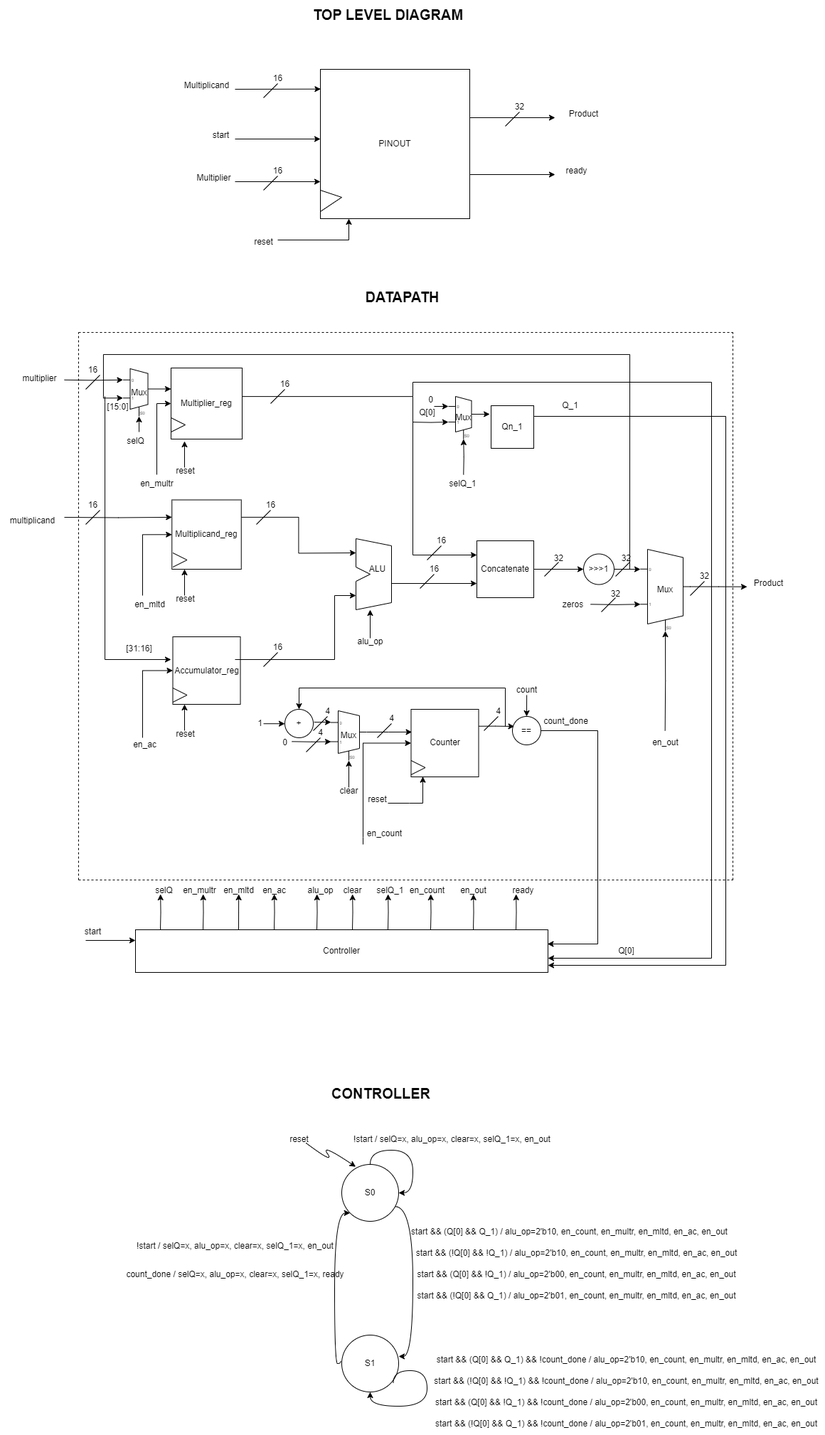
This is Ibrahim/src/Sequential_Multiplier/docs/sequential_multiplier.drawio.png from medsuet/Xcelerium-IC-Design-Training, a draw.io export, as it was before one commit. Source tidied: cells renumbered, new cells last; positions are measured from the earlier drawing's top-left corner, leaving out a move shared by most shapes.
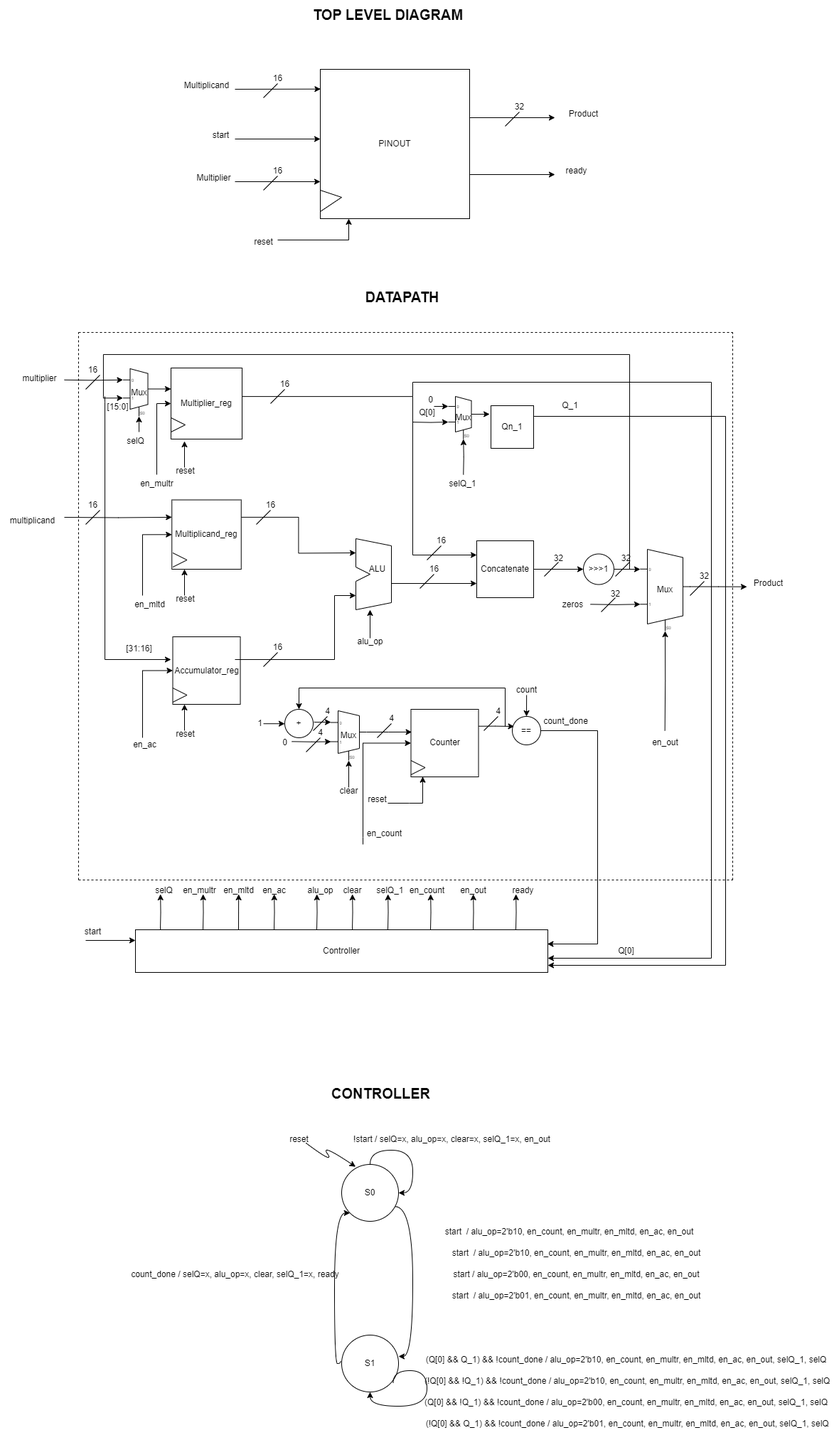
Above is the later version.

Commit message:
Updated Diagram for multiplier

Diff of the diagram source:
```diff
@@ -843,17 +843,17 @@
         <mxPoint x="225.2" y="1257" as="targetPoint" />
       </mxGeometry>
     </mxCell>
-    <mxCell id="182" value="start &amp;amp;&amp;amp; (Q[0] &amp;amp;&amp;amp; Q_1) / alu_op=2'b10, en_count, en_multr, en_mltd, en_ac, en_out" style="text;html=1;align=center;verticalAlign=middle;strokeColor=none;fillColor=none;" parent="1" vertex="1">
-      <mxGeometry x="565" y="1717" width="470" height="30" as="geometry" />
+    <mxCell id="182" value="start&amp;nbsp; / alu_op=2'b10, en_count, en_multr, en_mltd, en_ac, en_out" style="text;html=1;align=center;verticalAlign=middle;strokeColor=none;fillColor=none;" parent="1" vertex="1">
+      <mxGeometry x="615" y="1717" width="370" height="30" as="geometry" />
     </mxCell>
-    <mxCell id="183" value="start &amp;amp;&amp;amp; (!Q[0] &amp;amp;&amp;amp; !Q_1) / alu_op=2'b10, en_count, en_multr, en_mltd, en_ac, en_out" style="text;html=1;align=center;verticalAlign=middle;strokeColor=none;fillColor=none;" parent="1" vertex="1">
-      <mxGeometry x="570" y="1747" width="480" height="30" as="geometry" />
+    <mxCell id="183" value="start&amp;nbsp; / alu_op=2'b10, en_count, en_multr, en_mltd, en_ac, en_out" style="text;html=1;align=center;verticalAlign=middle;strokeColor=none;fillColor=none;" parent="1" vertex="1">
+      <mxGeometry x="625" y="1747" width="370" height="30" as="geometry" />
     </mxCell>
-    <mxCell id="184" value="start &amp;amp;&amp;amp; (Q[0] &amp;amp;&amp;amp; !Q_1) / alu_op=2'b00, en_count, en_multr, en_mltd, en_ac, en_out" style="text;html=1;align=center;verticalAlign=middle;strokeColor=none;fillColor=none;" parent="1" vertex="1">
-      <mxGeometry x="575" y="1777" width="470" height="30" as="geometry" />
+    <mxCell id="184" value="start / alu_op=2'b00, en_count, en_multr, en_mltd, en_ac, en_out" style="text;html=1;align=center;verticalAlign=middle;strokeColor=none;fillColor=none;" parent="1" vertex="1">
+      <mxGeometry x="625" y="1777" width="370" height="30" as="geometry" />
     </mxCell>
-    <mxCell id="185" value="start &amp;amp;&amp;amp; (!Q[0] &amp;amp;&amp;amp; Q_1) / alu_op=2'b01, en_count, en_multr, en_mltd, en_ac, en_out" style="text;html=1;align=center;verticalAlign=middle;strokeColor=none;fillColor=none;" parent="1" vertex="1">
-      <mxGeometry x="575" y="1807" width="470" height="30" as="geometry" />
+    <mxCell id="185" value="start&amp;nbsp; / alu_op=2'b01, en_count, en_multr, en_mltd, en_ac, en_out" style="text;html=1;align=center;verticalAlign=middle;strokeColor=none;fillColor=none;" parent="1" vertex="1">
+      <mxGeometry x="625" y="1807" width="370" height="30" as="geometry" />
     </mxCell>
     <mxCell id="186" style="edgeStyle=orthogonalEdgeStyle;rounded=0;orthogonalLoop=1;jettySize=auto;html=1;exitX=0.906;exitY=0.839;exitDx=0;exitDy=0;curved=1;exitPerimeter=0;" parent="1" edge="1" source="44" target="44">
       <mxGeometry relative="1" as="geometry">
@@ -865,23 +865,20 @@
         </Array>
       </mxGeometry>
     </mxCell>
-    <mxCell id="187" value="start &amp;amp;&amp;amp; (Q[0] &amp;amp;&amp;amp; Q_1) &amp;amp;&amp;amp; !count_done / alu_op=2'b10, en_count, en_multr, en_mltd, en_ac, en_out" style="text;html=1;align=center;verticalAlign=middle;strokeColor=none;fillColor=none;" parent="1" vertex="1">
-      <mxGeometry x="600" y="1897" width="560" height="30" as="geometry" />
+    <mxCell id="187" value="(Q[0] &amp;amp;&amp;amp; Q_1) &amp;amp;&amp;amp; !count_done / alu_op=2'b10, en_count, en_multr, en_mltd, en_ac, en_out, selQ_1, selQ" style="text;html=1;align=center;verticalAlign=middle;strokeColor=none;fillColor=none;" parent="1" vertex="1">
+      <mxGeometry x="585" y="1897" width="590" height="30" as="geometry" />
     </mxCell>
-    <mxCell id="188" value="start &amp;amp;&amp;amp; (!Q[0] &amp;amp;&amp;amp; !Q_1) &amp;amp;&amp;amp; !count_done / alu_op=2'b10, en_count, en_multr, en_mltd, en_ac, en_out" style="text;html=1;align=center;verticalAlign=middle;strokeColor=none;fillColor=none;" parent="1" vertex="1">
-      <mxGeometry x="600" y="1927" width="560" height="30" as="geometry" />
+    <mxCell id="188" value="&amp;nbsp;(!Q[0] &amp;amp;&amp;amp; !Q_1) &amp;amp;&amp;amp; !count_done / alu_op=2'b10, en_count, en_multr, en_mltd, en_ac, en_out, selQ_1, selQ" style="text;html=1;align=center;verticalAlign=middle;strokeColor=none;fillColor=none;" parent="1" vertex="1">
+      <mxGeometry x="580" y="1927" width="600" height="30" as="geometry" />
     </mxCell>
-    <mxCell id="189" value="start &amp;amp;&amp;amp; (Q[0] &amp;amp;&amp;amp; !Q_1) &amp;amp;&amp;amp; !count_done / alu_op=2'b00, en_count, en_multr, en_mltd, en_ac, en_out" style="text;html=1;align=center;verticalAlign=middle;strokeColor=none;fillColor=none;" parent="1" vertex="1">
-      <mxGeometry x="600" y="1957" width="560" height="30" as="geometry" />
+    <mxCell id="189" value="(Q[0] &amp;amp;&amp;amp; !Q_1) &amp;amp;&amp;amp; !count_done / alu_op=2'b00, en_count, en_multr, en_mltd, en_ac, en_out, selQ_1, selQ" style="text;html=1;align=center;verticalAlign=middle;strokeColor=none;fillColor=none;" parent="1" vertex="1">
+      <mxGeometry x="585" y="1957" width="590" height="30" as="geometry" />
     </mxCell>
-    <mxCell id="190" value="start &amp;amp;&amp;amp; (!Q[0] &amp;amp;&amp;amp; Q_1) &amp;amp;&amp;amp; !count_done / alu_op=2'b01, en_count, en_multr, en_mltd, en_ac, en_out" style="text;html=1;align=center;verticalAlign=middle;strokeColor=none;fillColor=none;" parent="1" vertex="1">
-      <mxGeometry x="600" y="1987" width="560" height="30" as="geometry" />
+    <mxCell id="190" value="&amp;nbsp;(!Q[0] &amp;amp;&amp;amp; Q_1) &amp;amp;&amp;amp; !count_done / alu_op=2'b01, en_count, en_multr, en_mltd, en_ac, en_out, selQ_1, selQ" style="text;html=1;align=center;verticalAlign=middle;strokeColor=none;fillColor=none;" parent="1" vertex="1">
+      <mxGeometry x="585" y="1987" width="590" height="30" as="geometry" />
     </mxCell>
-    <mxCell id="191" value="!start / selQ=x, alu_op=x, clear=x, selQ_1=x, en_out" style="text;html=1;align=center;verticalAlign=middle;strokeColor=none;fillColor=none;" parent="1" vertex="1">
-      <mxGeometry x="180" y="1737" width="300" height="30" as="geometry" />
-    </mxCell>
-    <mxCell id="192" value="count_done / selQ=x, alu_op=x, clear=x, selQ_1=x, ready" style="text;html=1;align=center;verticalAlign=middle;strokeColor=none;fillColor=none;" parent="1" vertex="1">
-      <mxGeometry x="165" y="1777" width="330" height="30" as="geometry" />
+    <mxCell id="192" value="count_done / selQ=x, alu_op=x, clear, selQ_1=x, ready" style="text;html=1;align=center;verticalAlign=middle;strokeColor=none;fillColor=none;" parent="1" vertex="1">
+      <mxGeometry x="170" y="1777" width="320" height="30" as="geometry" />
     </mxCell>
     <mxCell id="193" style="edgeStyle=orthogonalEdgeStyle;rounded=0;orthogonalLoop=1;jettySize=auto;html=1;exitX=0.25;exitY=0;exitDx=0;exitDy=0;" parent="1" edge="1">
       <mxGeometry relative="1" as="geometry">
```
